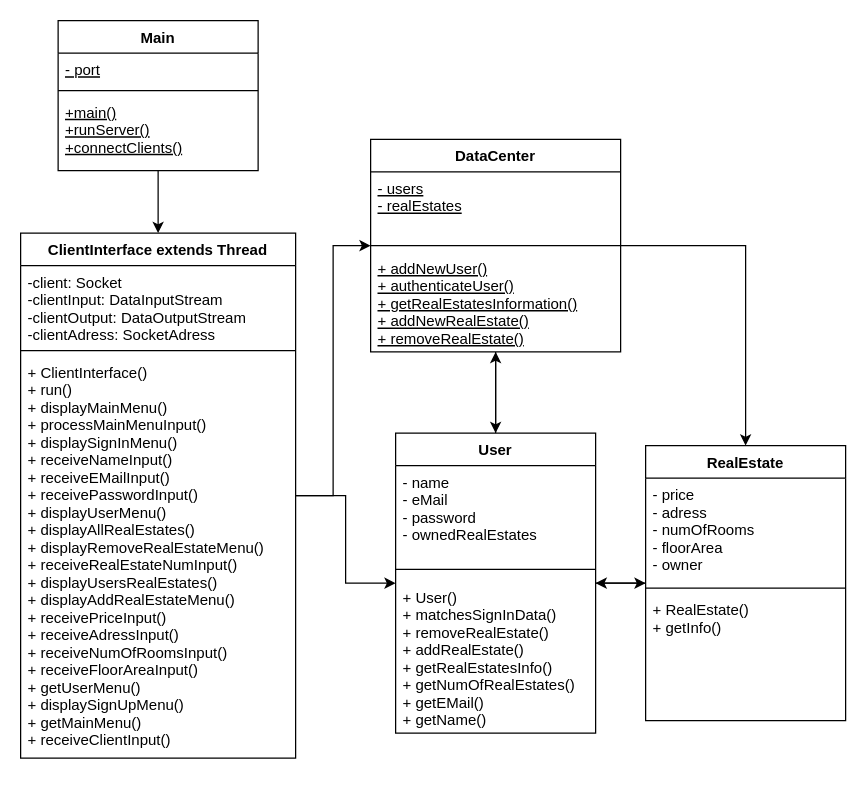
Before: EntwurfsdiagrammServer.drawio in FabioKron/Online-Immobilienportal, a draw.io diagram. Source tidied: cells renumbered, new cells numbered last; positions are measured from the earlier drawing's top-left corner, leaving out a move shared by most shapes. Both pictures are drawn from the tidied source at 125%, with x=0, y=0 at pixel (20, 20).
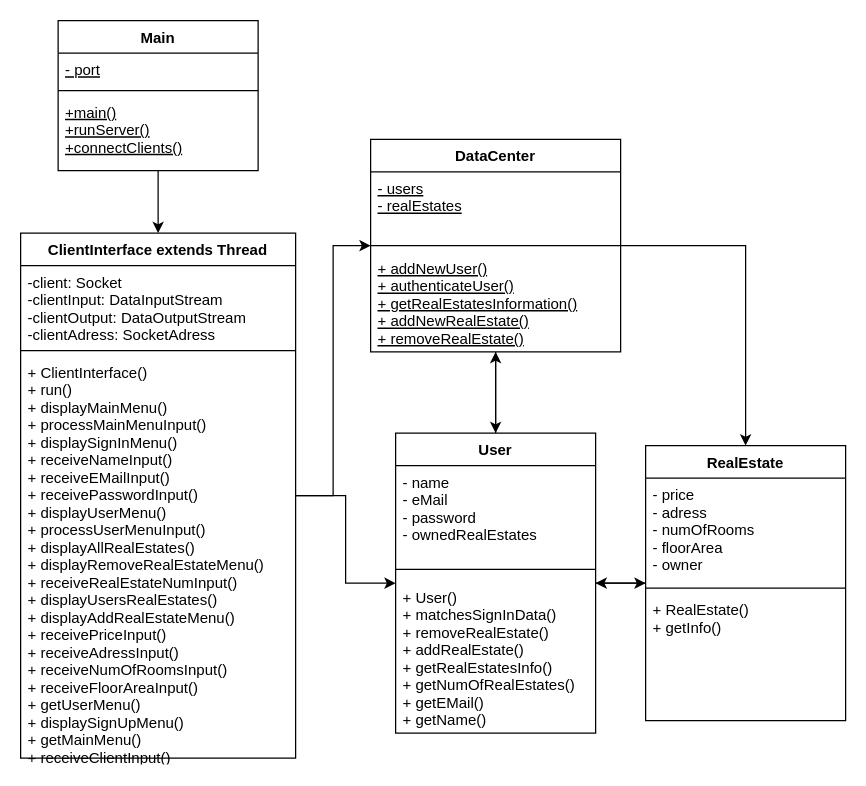
The same diagram, later.

Commit message (it also covers changes not shown here):
Hinzufügen der Methode processUserMenuInput in den Diagrammen Die Methode soll die Benutzereingabe im Benutzermenü verarbeiten

Unchanged cells that the change refers to:
```xml
<mxCell id="9" value="ClientInterface extends Thread" style="swimlane;fontStyle=1;align=center;verticalAlign=top;horizontal=1;startSize=26;" parent="1" vertex="1">
  <mxGeometry y="170" width="220" height="420" as="geometry" />
</mxCell>
```

What changed in the source:
```diff
@@
-    <mxCell id="12" value="+ ClientInterface()&#10;+ run()&#10;+ displayMainMenu()&#10;+ processMainMenuInput()&#10;+ displaySignInMenu()&#10;+ receiveNameInput()&#10;+ receiveEMailInput()&#10;+ receivePasswordInput()&#10;+ displayUserMenu()&#10;+ displayAllRealEstates()&#10;+ displayRemoveRealEstateMenu()&#10;+ receiveRealEstateNumInput()&#10;+ displayUsersRealEstates()&#10;+ displayAddRealEstateMenu()&#10;+ receivePriceInput()&#10;+ receiveAdressInput()&#10;+ receiveNumOfRoomsInput()&#10;+ receiveFloorAreaInput()&#10;+ getUserMenu()&#10;+ displaySignUpMenu()&#10;+ getMainMenu()&#10;+ receiveClientInput()&#10;" style="text;strokeColor=none;fillColor=none;align=left;verticalAlign=top;spacingLeft=4;spacingRight=4;overflow=hidden;" parent="9" vertex="1">
+    <mxCell id="12" value="+ ClientInterface()&#10;+ run()&#10;+ displayMainMenu()&#10;+ processMainMenuInput()&#10;+ displaySignInMenu()&#10;+ receiveNameInput()&#10;+ receiveEMailInput()&#10;+ receivePasswordInput()&#10;+ displayUserMenu()&#10;+ processUserMenuInput()&#10;+ displayAllRealEstates()&#10;+ displayRemoveRealEstateMenu()&#10;+ receiveRealEstateNumInput()&#10;+ displayUsersRealEstates()&#10;+ displayAddRealEstateMenu()&#10;+ receivePriceInput()&#10;+ receiveAdressInput()&#10;+ receiveNumOfRoomsInput()&#10;+ receiveFloorAreaInput()&#10;+ getUserMenu()&#10;+ displaySignUpMenu()&#10;+ getMainMenu()&#10;+ receiveClientInput()&#10;" style="text;strokeColor=none;fillColor=none;align=left;verticalAlign=top;spacingLeft=4;spacingRight=4;overflow=hidden;" parent="9" vertex="1">
       <mxGeometry y="98" width="220" height="322" as="geometry" />
     </mxCell>
```
